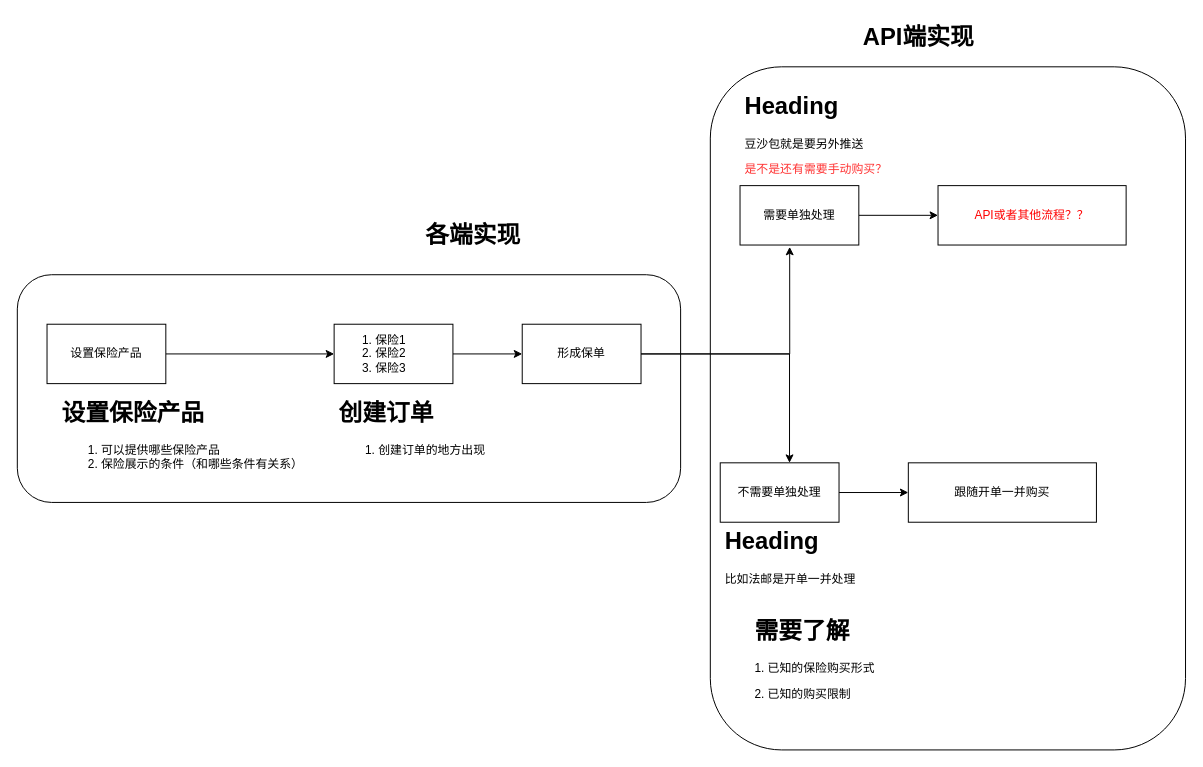
Before: Edockey/Insurance.drawio in maclxf/ProjectDraw, a draw.io diagram. Source tidied: cells renumbered, new cells numbered last; positions are measured from the earlier drawing's top-left corner, leaving out a move shared by most shapes. Both pictures are drawn from the tidied source at 99%, with x=0, y=0 at pixel (17, 17).
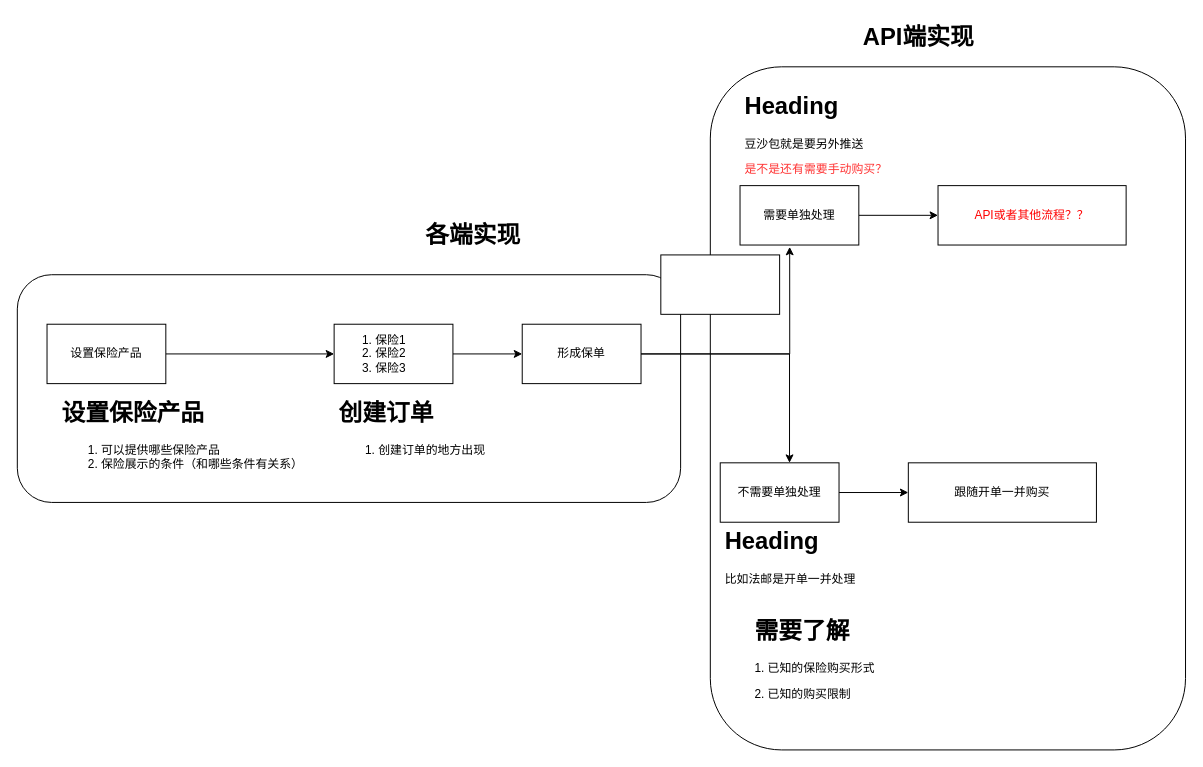
After the change.

What changed in the source:
```diff
@@
+    <mxCell id="24" style="rounded=0;whiteSpace=wrap;html=1;align=left;" parent="1" vertex="1">
+      <mxGeometry x="650" y="240" width="120" height="60" as="geometry" />
+    </mxCell>
```
